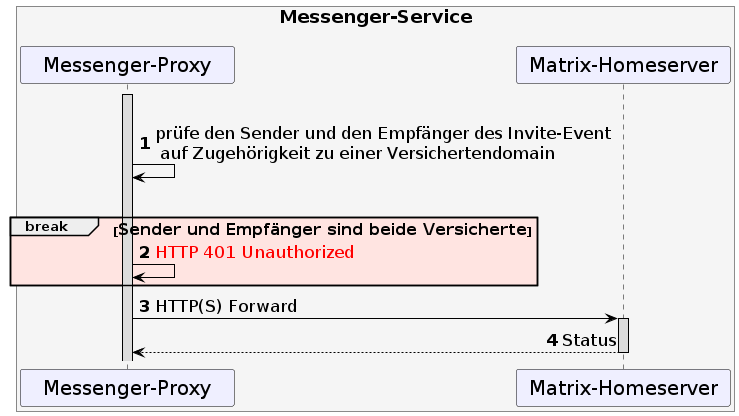
Earlier version of the PlantUML export images/diagrams/TI-M_ePA/UC_10233_Seq.png (gematik/api-ti-messenger).
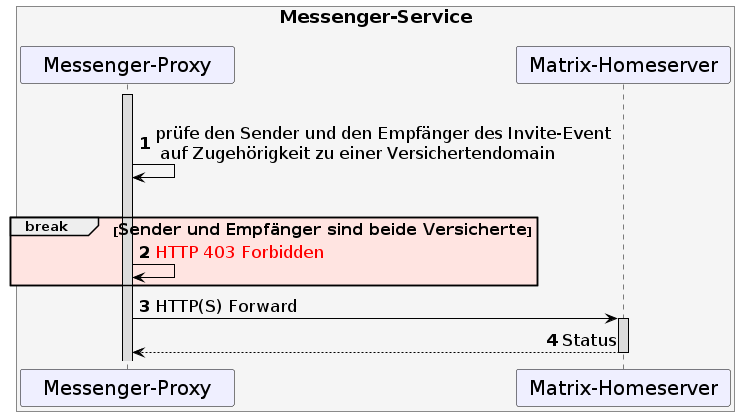
Above is the later version.

Change to the diagram source:
```diff
@@ -38,7 +38,7 @@
 MP->MP: prüfe den Sender und den Empfänger des Invite-Event\n auf Zugehörigkeit zu einer Versichertendomain
 |||
 break #MistyRose <size:16>Sender und Empfänger sind beide Versicherte</size>
-MP->MP: <font color=red>HTTP 401 Unauthorized</font>
+MP->MP: <font color=red>HTTP 403 Forbidden</font>
 end
 
 MP->MH: HTTP(S) Forward
```
